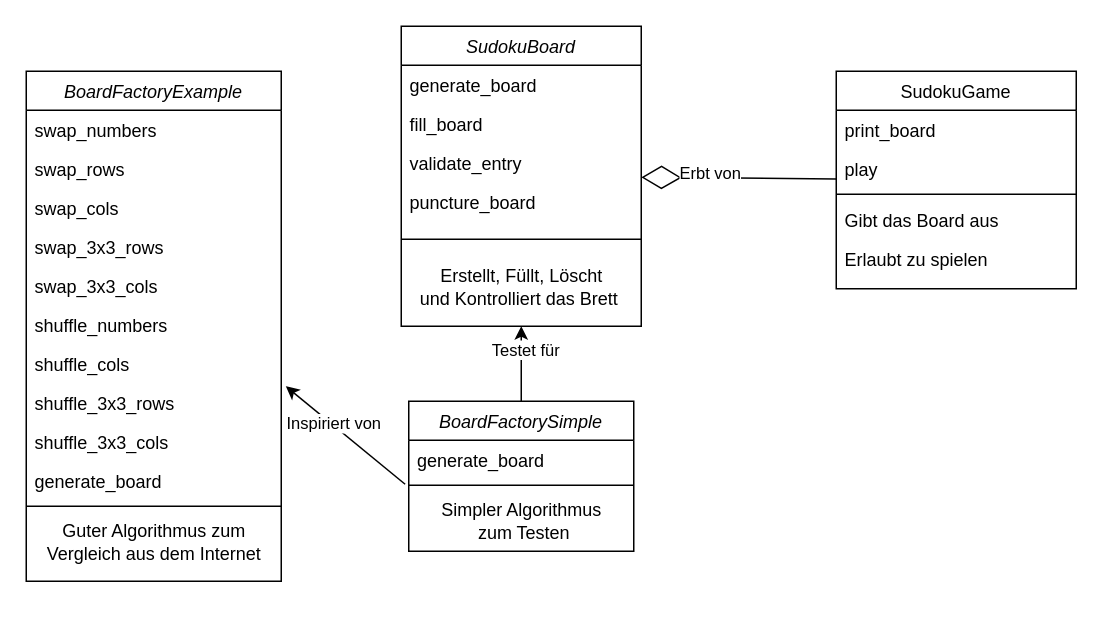
Before: docs/sudoku-class-diagram.drawio in Mattis-Schulte/python-sudoku, a draw.io diagram. Source tidied: cells renumbered, new cells numbered last; positions are measured from the earlier drawing's top-left corner, leaving out a move shared by most shapes. Both pictures are drawn from the tidied source at 150%, with x=0, y=0 at pixel (26, 26).
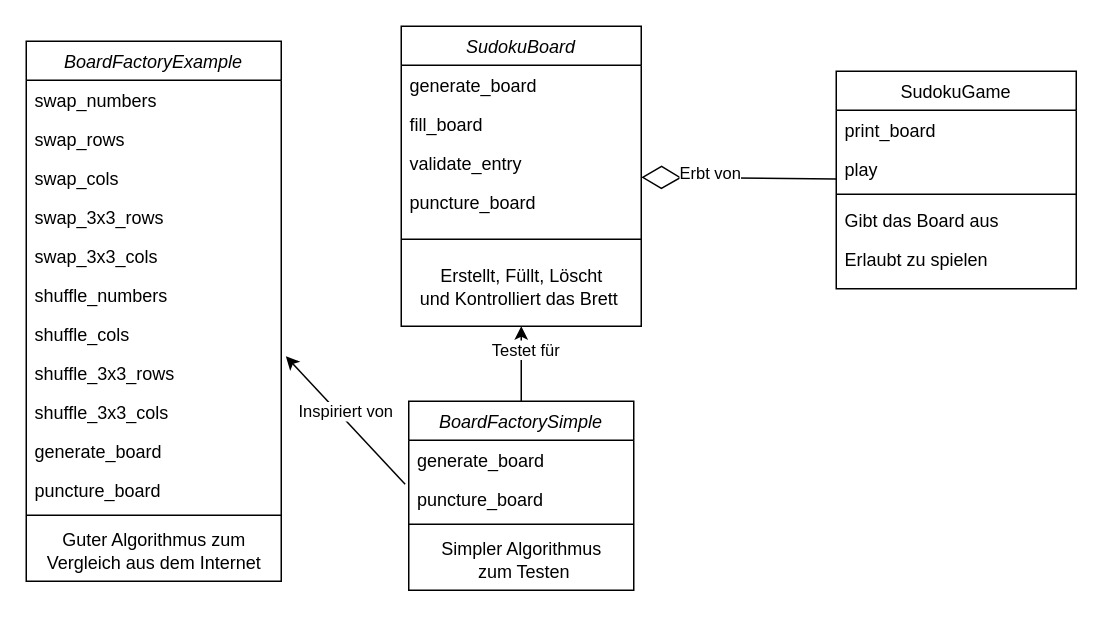
The same diagram, later.

The change refers to these unchanged cells:
```xml
<mxCell id="34" style="endArrow=classic;html=1;rounded=0;entryX=1.018;entryY=0.077;entryDx=0;entryDy=0;entryPerimeter=0;exitX=-0.016;exitY=1.128;exitDx=0;exitDy=0;exitPerimeter=0;" parent="1" edge="1" source="31" target="25">
  <mxGeometry relative="1" as="geometry" />
</mxCell>
```

The edit, as a diff of the source:
```diff
@@
     <mxCell id="17" value="BoardFactoryExample" style="swimlane;fontStyle=2;align=center;verticalAlign=top;horizontal=1;startSize=26;rounded=0;shadow=0;strokeWidth=1;" parent="1" vertex="1">
-      <mxGeometry y="30" width="170" height="340" as="geometry" />
+      <mxGeometry y="10" width="170" height="360" as="geometry" />
     </mxCell>
@@
+    <mxCell id="38" value="puncture_board" style="text;align=left;verticalAlign=top;spacingLeft=4;spacingRight=4;overflow=hidden;rounded=0;shadow=0;html=0;" parent="17" vertex="1">
+      <mxGeometry y="286" width="170" height="26" as="geometry" />
+    </mxCell>
     <mxCell id="28" style="line;html=1;strokeWidth=1;align=left;verticalAlign=middle;spacingTop=-1;spacingLeft=3;spacingRight=3;labelPosition=right;" parent="17" vertex="1">
-      <mxGeometry y="286" width="170" height="8" as="geometry" />
+      <mxGeometry y="312" width="170" height="8" as="geometry" />
     </mxCell>
     <mxCell id="29" value="Guter Algorithmus zum &lt;br&gt;Vergleich aus dem Internet" style="text;html=1;align=center;verticalAlign=middle;strokeColor=none;fillColor=none;" parent="17" vertex="1">
-      <mxGeometry y="294" width="170" height="40" as="geometry" />
+      <mxGeometry y="320" width="170" height="40" as="geometry" />
     </mxCell>
     <mxCell id="30" value="BoardFactorySimple" style="swimlane;fontStyle=2;align=center;verticalAlign=top;horizontal=1;startSize=26;rounded=0;shadow=0;strokeWidth=1;" parent="1" vertex="1">
-      <mxGeometry x="255" y="250" width="150" height="100" as="geometry" />
+      <mxGeometry x="255" y="250" width="150" height="126" as="geometry" />
     </mxCell>
@@
+    <mxCell id="39" value="puncture_board" style="text;align=left;verticalAlign=top;spacingLeft=4;spacingRight=4;overflow=hidden;rounded=0;shadow=0;html=0;" parent="30" vertex="1">
+      <mxGeometry y="52" width="150" height="26" as="geometry" />
+    </mxCell>
     <mxCell id="32" style="line;html=1;strokeWidth=1;align=left;verticalAlign=middle;spacingTop=-1;spacingLeft=3;spacingRight=3;labelPosition=right;" parent="30" vertex="1">
-      <mxGeometry y="52" width="150" height="8" as="geometry" />
+      <mxGeometry y="78" width="150" height="8" as="geometry" />
     </mxCell>
     <mxCell id="33" value="Simpler Algorithmus&lt;br&gt;&amp;nbsp;zum Testen" style="text;html=1;align=center;verticalAlign=middle;strokeColor=none;fillColor=none;" parent="30" vertex="1">
-      <mxGeometry y="60" width="150" height="40" as="geometry" />
+      <mxGeometry y="86" width="150" height="40" as="geometry" />
     </mxCell>
@@
     <mxCell id="35" value="Inspiriert von" style="edgeLabel;html=1;align=center;verticalAlign=middle;" parent="34" vertex="1">
-      <mxGeometry x="0.22" y="-1" relative="1" as="geometry" />
+      <mxGeometry x="0.22" y="-1" relative="1" as="geometry">
+        <mxPoint x="8" y="4" as="offset" />
+      </mxGeometry>
     </mxCell>
```
